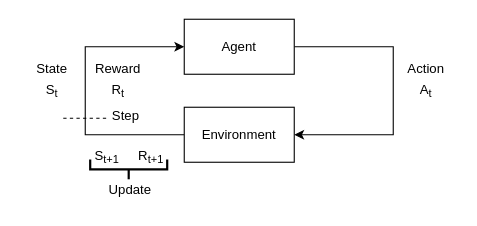
Earlier version of the draw.io diagram Unbenanntes Diagramm.drawio (felixstillger/draw_io). Source tidied: cells renumbered, new cells numbered last; positions are measured from the earlier drawing's top-left corner, leaving out a move shared by most shapes. Both pictures are drawn from the tidied source at 110%, with x=0, y=0 at pixel (19, 19).
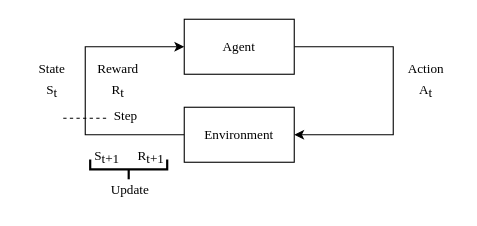
After the change.

What changed in the source:
```diff
@@
-    <mxCell id="2" style="edgeStyle=orthogonalEdgeStyle;rounded=0;jettySize=auto;html=1;entryX=1;entryY=0.5;entryDx=0;entryDy=0;" parent="1" edge="1" source="3" target="5">
+    <mxCell id="2" style="edgeStyle=orthogonalEdgeStyle;rounded=0;jettySize=auto;html=1;entryX=1;entryY=0.5;entryDx=0;entryDy=0;fontSize=12;fontFamily=Times New Roman;" parent="1" edge="1" source="3" target="5">
       <mxGeometry relative="1" as="geometry">
         <Array as="points">
           <mxPoint x="340" y="25" />
           <mxPoint x="340" y="105" />
         </Array>
       </mxGeometry>
     </mxCell>
-    <mxCell id="3" value="Agent" style="rounded=0;whiteSpace=wrap;html=1;" parent="1" vertex="1">
+    <mxCell id="3" value="Agent" style="rounded=0;whiteSpace=wrap;html=1;fontSize=12;fontFamily=Times New Roman;" parent="1" vertex="1">
       <mxGeometry x="150" width="100" height="50" as="geometry" />
     </mxCell>
-    <mxCell id="4" style="edgeStyle=orthogonalEdgeStyle;rounded=0;jettySize=auto;html=1;entryX=0;entryY=0.5;entryDx=0;entryDy=0;" parent="1" edge="1" source="5" target="3">
+    <mxCell id="4" style="edgeStyle=orthogonalEdgeStyle;rounded=0;jettySize=auto;html=1;entryX=0;entryY=0.5;entryDx=0;entryDy=0;fontSize=12;fontFamily=Times New Roman;" parent="1" edge="1" source="5" target="3">
       <mxGeometry relative="1" as="geometry">
         <Array as="points">
           <mxPoint x="60" y="105" />
           <mxPoint x="60" y="25" />
         </Array>
       </mxGeometry>
     </mxCell>
-    <mxCell id="5" value="Environment" style="rounded=0;whiteSpace=wrap;html=1;" parent="1" vertex="1">
+    <mxCell id="5" value="Environment" style="rounded=0;whiteSpace=wrap;html=1;fontSize=12;fontFamily=Times New Roman;" parent="1" vertex="1">
       <mxGeometry x="150" y="80" width="100" height="50" as="geometry" />
     </mxCell>
-    <mxCell id="6" value="State" style="text;html=1;strokeColor=none;fillColor=none;align=center;verticalAlign=middle;whiteSpace=wrap;rounded=0;" parent="1" vertex="1">
+    <mxCell id="6" value="State" style="text;html=1;strokeColor=none;fillColor=none;align=center;verticalAlign=middle;whiteSpace=wrap;rounded=0;fontSize=12;fontFamily=Times New Roman;" parent="1" vertex="1">
       <mxGeometry y="30" width="60" height="30" as="geometry" />
     </mxCell>
-    <mxCell id="7" value="Reward" style="text;html=1;strokeColor=none;fillColor=none;align=center;verticalAlign=middle;whiteSpace=wrap;rounded=0;" parent="1" vertex="1">
+    <mxCell id="7" value="Reward" style="text;html=1;strokeColor=none;fillColor=none;align=center;verticalAlign=middle;whiteSpace=wrap;rounded=0;fontSize=12;fontFamily=Times New Roman;" parent="1" vertex="1">
       <mxGeometry x="60" y="30" width="60" height="30" as="geometry" />
     </mxCell>
-    <mxCell id="8" value="Action" style="text;html=1;strokeColor=none;fillColor=none;align=center;verticalAlign=middle;whiteSpace=wrap;rounded=0;" parent="1" vertex="1">
+    <mxCell id="8" value="Action" style="text;html=1;strokeColor=none;fillColor=none;align=center;verticalAlign=middle;whiteSpace=wrap;rounded=0;fontSize=12;fontFamily=Times New Roman;" parent="1" vertex="1">
       <mxGeometry x="340" y="30" width="60" height="30" as="geometry" />
     </mxCell>
-    <mxCell id="9" value="S&lt;sub&gt;t&lt;/sub&gt;" style="text;html=1;strokeColor=none;fillColor=none;align=center;verticalAlign=middle;whiteSpace=wrap;rounded=0;" parent="1" vertex="1">
+    <mxCell id="9" value="S&lt;sub style=&quot;font-size: 12px;&quot;&gt;t&lt;/sub&gt;" style="text;html=1;strokeColor=none;fillColor=none;align=center;verticalAlign=middle;whiteSpace=wrap;rounded=0;fontSize=12;fontFamily=Times New Roman;" parent="1" vertex="1">
       <mxGeometry y="50" width="60" height="30" as="geometry" />
     </mxCell>
-    <mxCell id="10" value="R&lt;sub&gt;t+1&lt;/sub&gt;" style="text;html=1;strokeColor=none;fillColor=none;align=center;verticalAlign=middle;whiteSpace=wrap;rounded=0;" parent="1" vertex="1">
+    <mxCell id="10" value="R&lt;sub style=&quot;font-size: 12px;&quot;&gt;t+1&lt;/sub&gt;" style="text;html=1;strokeColor=none;fillColor=none;align=center;verticalAlign=middle;whiteSpace=wrap;rounded=0;fontSize=12;fontFamily=Times New Roman;" parent="1" vertex="1">
       <mxGeometry x="90" y="110" width="60" height="30" as="geometry" />
     </mxCell>
-    <mxCell id="11" value="A&lt;sub&gt;t&lt;/sub&gt;" style="text;html=1;strokeColor=none;fillColor=none;align=center;verticalAlign=middle;whiteSpace=wrap;rounded=0;" parent="1" vertex="1">
+    <mxCell id="11" value="A&lt;sub style=&quot;font-size: 12px;&quot;&gt;t&lt;/sub&gt;" style="text;html=1;strokeColor=none;fillColor=none;align=center;verticalAlign=middle;whiteSpace=wrap;rounded=0;fontSize=12;fontFamily=Times New Roman;" parent="1" vertex="1">
       <mxGeometry x="340" y="50" width="60" height="30" as="geometry" />
     </mxCell>
-    <mxCell id="12" value="R&lt;sub&gt;t&lt;/sub&gt;" style="text;html=1;strokeColor=none;fillColor=none;align=center;verticalAlign=middle;whiteSpace=wrap;rounded=0;" parent="1" vertex="1">
+    <mxCell id="12" value="R&lt;sub style=&quot;font-size: 12px;&quot;&gt;t&lt;/sub&gt;" style="text;html=1;strokeColor=none;fillColor=none;align=center;verticalAlign=middle;whiteSpace=wrap;rounded=0;fontSize=12;fontFamily=Times New Roman;" parent="1" vertex="1">
       <mxGeometry x="60" y="50" width="60" height="30" as="geometry" />
     </mxCell>
-    <mxCell id="13" value="S&lt;sub&gt;t+1&lt;/sub&gt;" style="text;html=1;strokeColor=none;fillColor=none;align=center;verticalAlign=middle;whiteSpace=wrap;rounded=0;" parent="1" vertex="1">
+    <mxCell id="13" value="S&lt;sub style=&quot;font-size: 12px;&quot;&gt;t+1&lt;/sub&gt;" style="text;html=1;strokeColor=none;fillColor=none;align=center;verticalAlign=middle;whiteSpace=wrap;rounded=0;fontSize=12;fontFamily=Times New Roman;" parent="1" vertex="1">
       <mxGeometry x="50" y="110" width="60" height="30" as="geometry" />
     </mxCell>
-    <mxCell id="14" style="endArrow=none;dashed=1;html=1;rounded=0;" parent="1" edge="1">
+    <mxCell id="14" style="endArrow=none;dashed=1;html=1;rounded=0;fontSize=12;fontFamily=Times New Roman;" parent="1" edge="1">
       <mxGeometry relative="1" as="geometry">
         <mxPoint x="40" y="90" as="sourcePoint" />
         <mxPoint x="80" y="90" as="targetPoint" />
       </mxGeometry>
     </mxCell>
-    <mxCell id="15" value="Step" style="text;html=1;strokeColor=none;fillColor=none;align=center;verticalAlign=middle;whiteSpace=wrap;rounded=0;" parent="1" vertex="1">
+    <mxCell id="15" value="Step" style="text;html=1;strokeColor=none;fillColor=none;align=center;verticalAlign=middle;whiteSpace=wrap;rounded=0;fontSize=12;fontFamily=Times New Roman;" parent="1" vertex="1">
       <mxGeometry x="67" y="73" width="60" height="30" as="geometry" />
     </mxCell>
-    <mxCell id="16" value="Update" style="text;html=1;strokeColor=none;fillColor=none;align=center;verticalAlign=middle;whiteSpace=wrap;rounded=0;" parent="1" vertex="1">
+    <mxCell id="16" value="Update" style="text;html=1;strokeColor=none;fillColor=none;align=center;verticalAlign=middle;whiteSpace=wrap;rounded=0;fontSize=12;fontFamily=Times New Roman;" parent="1" vertex="1">
       <mxGeometry x="71" y="140" width="60" height="30" as="geometry" />
     </mxCell>
-    <mxCell id="17" style="strokeWidth=2;html=1;shape=mxgraph.flowchart.annotation_2;align=left;labelPosition=right;rotation=-90;" parent="1" vertex="1">
+    <mxCell id="17" style="strokeWidth=2;html=1;shape=mxgraph.flowchart.annotation_2;align=left;labelPosition=right;rotation=-90;fontSize=12;fontFamily=Times New Roman;" parent="1" vertex="1">
       <mxGeometry x="90.5" y="101.5" width="18" height="70" as="geometry" />
     </mxCell>
```
